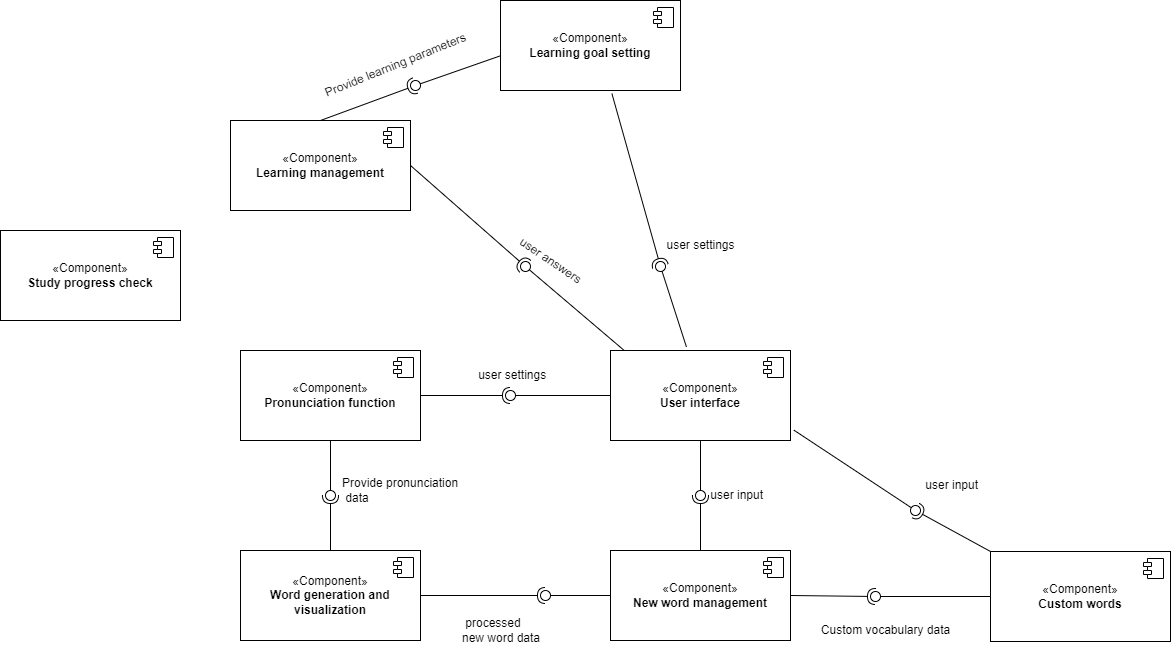
Above: component.drawio.png in xiangxiang3451/blog_pictures (draw.io), before the change. Source tidied: cells renumbered, new cells last; positions are measured from the earlier drawing's top-left corner, leaving out a move shared by most shapes.
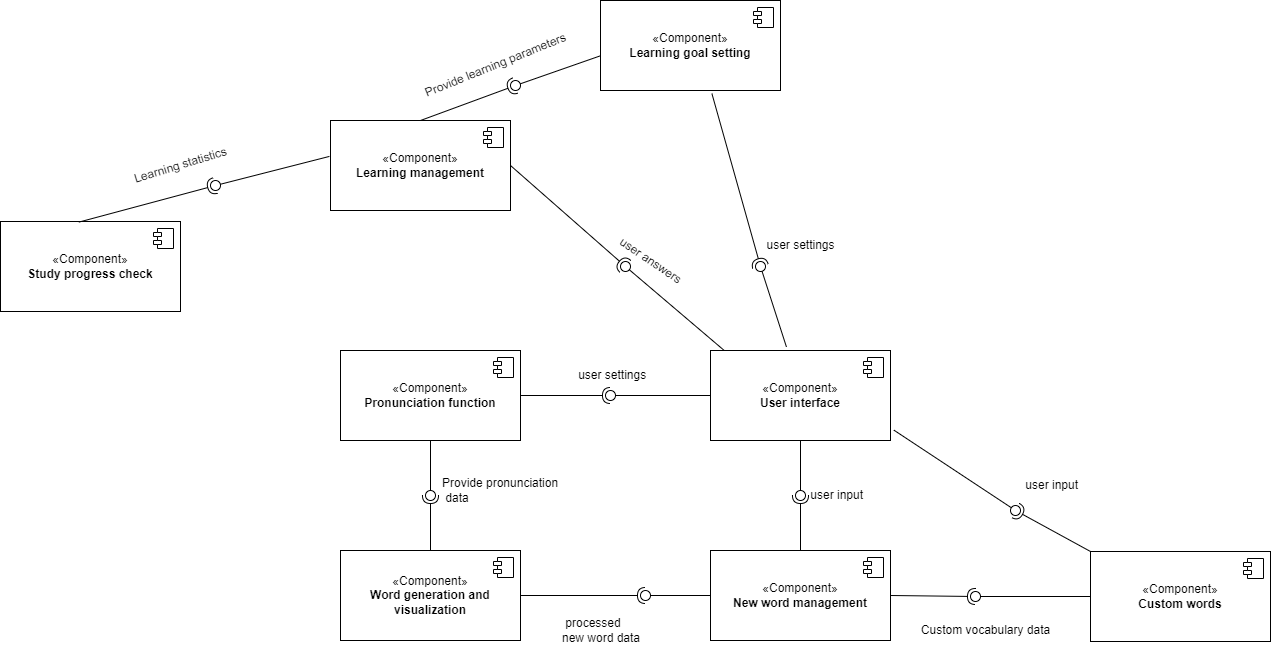
The same diagram one commit later.

What changed in the source:
```diff
@@ -167,12 +167,24 @@
       <mxGeometry x="655" y="230" width="90" height="30" as="geometry" />
     </mxCell>
     <mxCell id="52" value="«Component»&lt;br&gt;&lt;b&gt;Study progress check&lt;/b&gt;" style="html=1;whiteSpace=wrap;" parent="1" vertex="1">
-      <mxGeometry y="230" width="180" height="90" as="geometry" />
+      <mxGeometry x="-100" y="221" width="180" height="90" as="geometry" />
     </mxCell>
     <mxCell id="53" style="shape=module;jettyWidth=8;jettyHeight=4;" parent="52" vertex="1">
       <mxGeometry x="1" width="20" height="20" relative="1" as="geometry">
         <mxPoint x="-27" y="7" as="offset" />
       </mxGeometry>
     </mxCell>
+    <mxCell id="54" style="rounded=0;jettySize=auto;html=1;endArrow=halfCircle;endFill=0;endSize=6;strokeWidth=1;sketch=0;exitX=0.435;exitY=0.007;exitDx=0;exitDy=0;exitPerimeter=0;" parent="1" edge="1" source="52" target="56">
+      <mxGeometry relative="1" as="geometry" />
+    </mxCell>
+    <mxCell id="55" style="rounded=0;jettySize=auto;html=1;endArrow=oval;endFill=0;sketch=0;sourcePerimeterSpacing=0;targetPerimeterSpacing=0;endSize=10;exitX=-0.006;exitY=0.399;exitDx=0;exitDy=0;exitPerimeter=0;" parent="1" edge="1" source="36" target="56">
+      <mxGeometry relative="1" as="geometry" />
+    </mxCell>
+    <mxCell id="56" style="ellipse;whiteSpace=wrap;html=1;align=center;fillColor=none;strokeColor=none;perimeter=centerPerimeter;points=[];outlineConnect=1;" parent="1" vertex="1">
+      <mxGeometry x="110" y="180" width="10" height="10" as="geometry" />
+    </mxCell>
+    <mxCell id="57" value="Learning statistics" style="text;html=1;align=center;verticalAlign=middle;strokeColor=none;fillColor=none;rotation=343;" parent="1" vertex="1">
+      <mxGeometry x="20" y="150" width="120" height="30" as="geometry" />
+    </mxCell>
   </root>
 </mxGraphModel>
```
